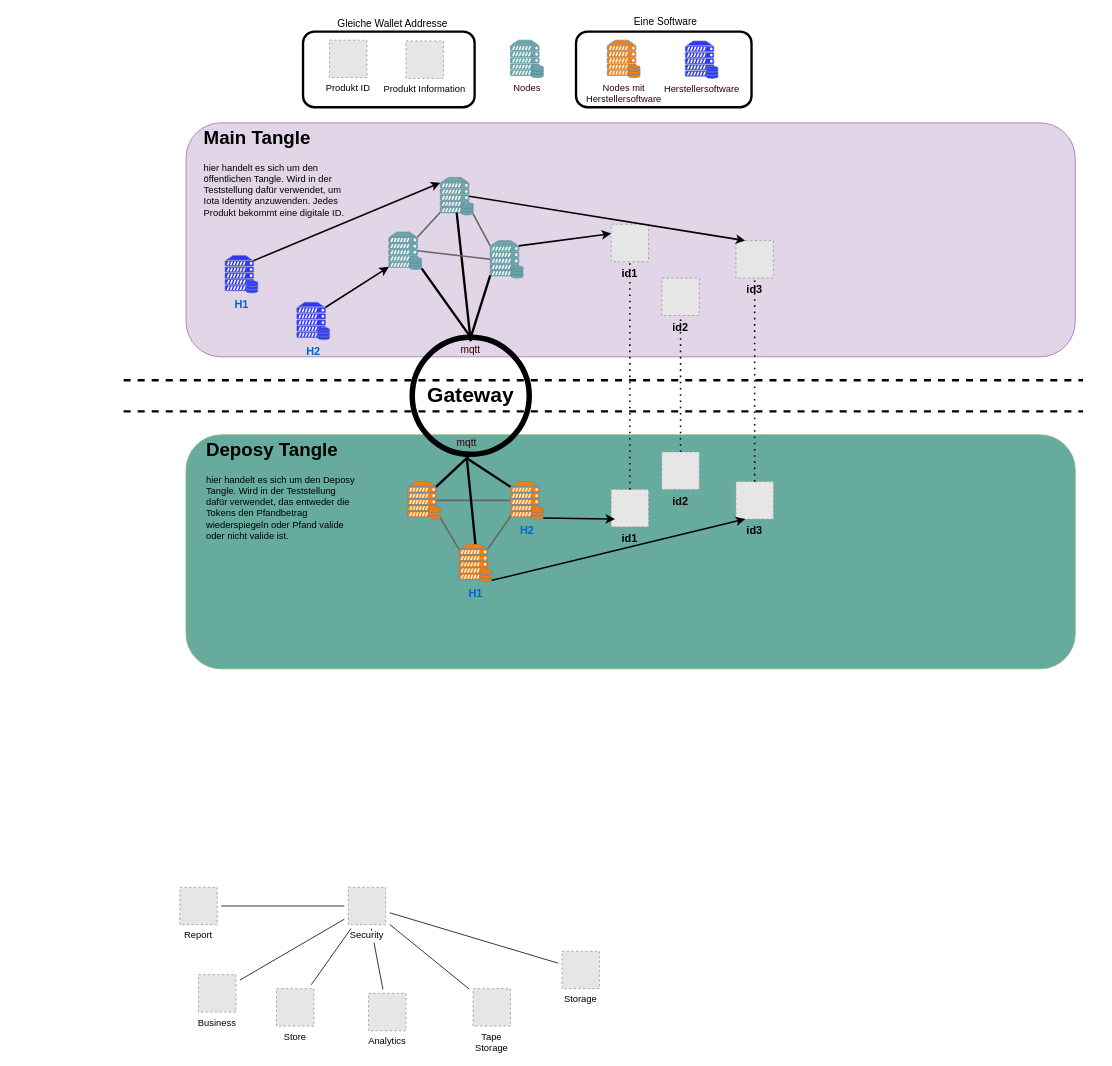
The draw.io diagram Untitled Diagram.drawio in fiNYvo/test, before the edit. Source tidied: cells renumbered, new cells numbered last; positions are measured from the earlier drawing's top-left corner, leaving out a move shared by most shapes. Both pictures are drawn from the tidied source at 78%, with x=0, y=0 at pixel (123, -157). Pictures stored in the file or linked from it are replaced by grey dashed boxes.
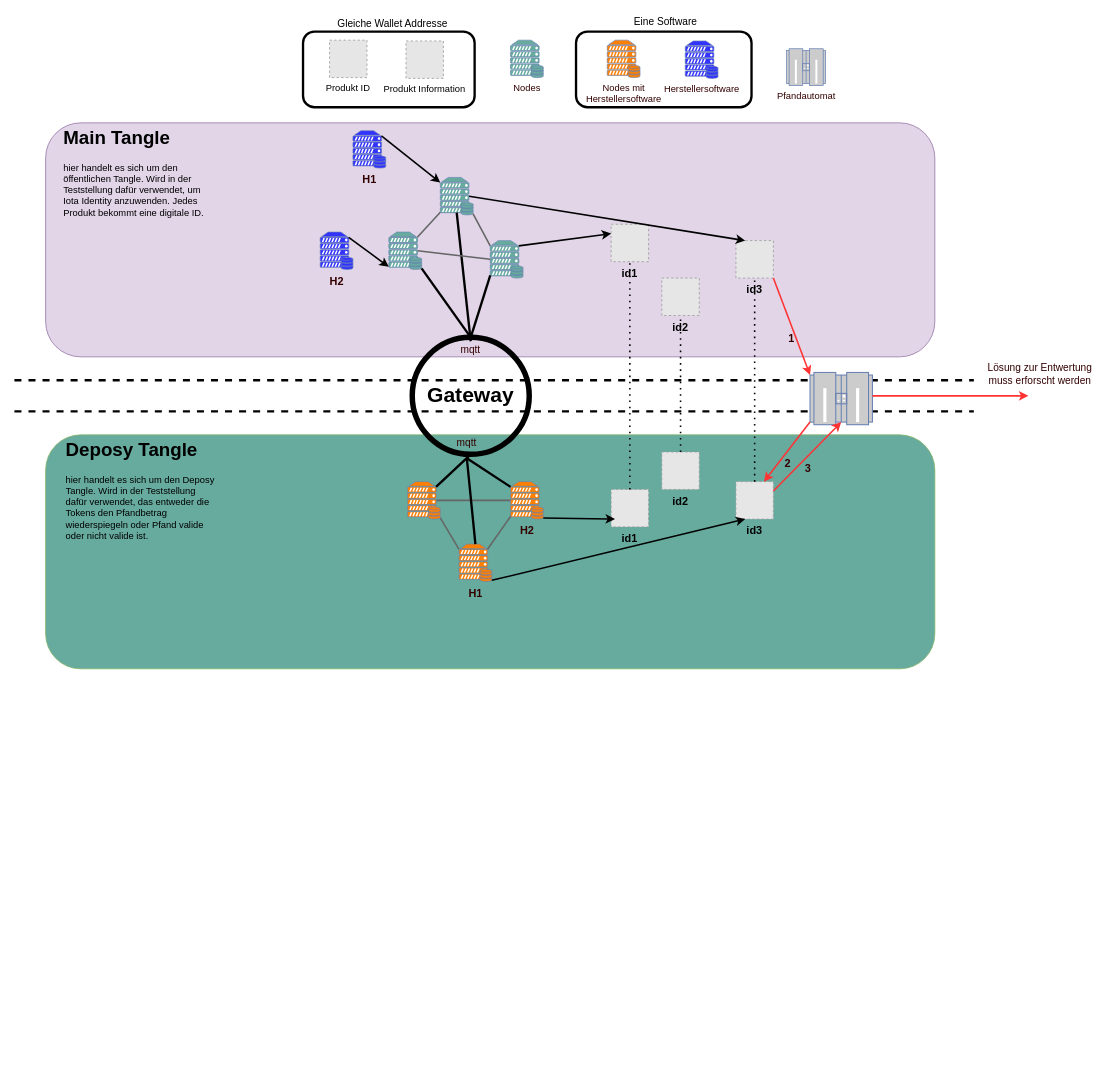
The same page after the edit.

Unchanged cells that the change refers to:
```xml
<mxCell id="33" value="id3" style="fillColor=#E6E6E6;strokeColor=#999999;dashed=1;verticalLabelPosition=bottom;verticalAlign=top;labelBackgroundColor=none;fontSize=14;fontStyle=1;" parent="1" vertex="1">
  <mxGeometry x="785" y="509" width="48" height="48" as="geometry" />
</mxCell>
<mxCell id="43" value="id3" style="fillColor=#E6E6E6;strokeColor=#999999;dashed=1;verticalLabelPosition=bottom;verticalAlign=top;labelBackgroundColor=none;fontSize=14;fontStyle=1;" parent="1" vertex="1">
  <mxGeometry x="785" y="818" width="48" height="48" as="geometry" />
</mxCell>
```

Change to the diagram source:
```diff
@@
+    <mxCell id="79" style="group;" parent="1" vertex="1">
+      <mxGeometry x="-100" y="358" width="1140" height="750" as="geometry" />
+    </mxCell>
-    <mxCell id="2" style="rounded=1;whiteSpace=wrap;html=1;labelBackgroundColor=#CCFF99;strokeColor=#82b366;fillColor=#67AB9F;" parent="1" vertex="1">
-      <mxGeometry x="80" y="758" width="1140" height="300" as="geometry" />
+    <mxCell id="2" style="rounded=1;whiteSpace=wrap;html=1;labelBackgroundColor=#CCFF99;strokeColor=#82b366;fillColor=#67AB9F;" parent="79" vertex="1">
+      <mxGeometry y="400" width="1140" height="300" as="geometry" />
     </mxCell>
+    <mxCell id="28" style="rounded=1;whiteSpace=wrap;html=1;labelBackgroundColor=#CCFF99;strokeColor=#9673a6;fillColor=#e1d5e7;" parent="79" vertex="1">
+      <mxGeometry width="1140" height="300" as="geometry" />
+    </mxCell>
+    <mxCell id="29" value="&lt;h1&gt;Main Tangle&lt;/h1&gt;&lt;div&gt;hier handelt es sich um den öffentlichen Tangle. Wird in der Teststellung dafür verwendet, um Iota Identity anzuwenden. Jedes Produkt bekommt eine digitale ID.&lt;br&gt;&lt;/div&gt;" style="text;html=1;strokeColor=none;fillColor=none;spacing=5;spacingTop=-20;whiteSpace=wrap;overflow=hidden;rounded=0;labelBackgroundColor=none;" parent="79" vertex="1">
+      <mxGeometry x="18" width="202" height="130" as="geometry" />
+    </mxCell>
+    <mxCell id="30" value="&lt;h1&gt;Deposy Tangle&lt;/h1&gt;&lt;div&gt;hier handelt es sich um den Deposy Tangle. Wird in der Teststellung dafür verwendet, das entweder die Tokens den Pfandbetrag wiederspiegeln oder Pfand valide oder nicht valide ist. &lt;br&gt;&lt;br&gt;&lt;/div&gt;" style="text;html=1;strokeColor=none;fillColor=none;spacing=5;spacingTop=-20;whiteSpace=wrap;overflow=hidden;rounded=0;labelBackgroundColor=none;" parent="79" vertex="1">
+      <mxGeometry x="21" y="400" width="202" height="350" as="geometry" />
+    </mxCell>
+    <mxCell id="26" style="endArrow=none;dashed=1;html=1;strokeWidth=3;" parent="79" edge="1">
+      <mxGeometry relative="1" as="geometry">
+        <mxPoint x="-40" y="330" as="sourcePoint" />
+        <mxPoint x="1190" y="330" as="targetPoint" />
+      </mxGeometry>
+    </mxCell>
+    <mxCell id="27" style="endArrow=none;dashed=1;html=1;strokeWidth=3;" parent="79" edge="1">
+      <mxGeometry relative="1" as="geometry">
+        <mxPoint x="-40" y="370" as="sourcePoint" />
+        <mxPoint x="1190" y="370" as="targetPoint" />
+      </mxGeometry>
+    </mxCell>
+    <mxCell id="80" style="fontColor=#0066CC;verticalAlign=top;verticalLabelPosition=bottom;labelPosition=center;align=center;html=1;outlineConnect=0;fillColor=#CCCCCC;strokeColor=#6881B3;gradientColor=none;gradientDirection=north;strokeWidth=2;shape=mxgraph.networks.mainframe;labelBackgroundColor=none;" parent="79" vertex="1">
+      <mxGeometry x="980" y="320" width="80" height="67" as="geometry" />
+    </mxCell>
+    <mxCell id="81" style="endArrow=classic;html=1;labelBackgroundColor=none;strokeColor=#FF3333;strokeWidth=2;fontSize=13;fontColor=#330000;" parent="79" edge="1">
+      <mxGeometry relative="1" as="geometry">
+        <mxPoint x="1060" y="350" as="sourcePoint" />
+        <mxPoint x="1260" y="350" as="targetPoint" />
+      </mxGeometry>
+    </mxCell>
@@
-    <mxCell id="13" style="edgeStyle=none;rounded=0;jettySize=auto;html=1;sourcePerimeterSpacing=5;endArrow=none;endFill=0;targetPerimeterSpacing=5;" parent="1" edge="1" source="25" target="21">
-      <mxGeometry relative="1" as="geometry" />
-    </mxCell>
-    <mxCell id="14" style="edgeStyle=none;rounded=0;jettySize=auto;html=1;sourcePerimeterSpacing=5;endArrow=none;endFill=0;targetPerimeterSpacing=5;" parent="1" edge="1" source="25" target="20">
-      <mxGeometry relative="1" as="geometry" />
-    </mxCell>
-    <mxCell id="15" style="edgeStyle=none;rounded=0;jettySize=auto;html=1;sourcePerimeterSpacing=5;endArrow=none;endFill=0;targetPerimeterSpacing=5;" parent="1" edge="1" source="25" target="24">
-      <mxGeometry relative="1" as="geometry" />
-    </mxCell>
-    <mxCell id="16" style="edgeStyle=none;rounded=0;jettySize=auto;html=1;sourcePerimeterSpacing=5;endArrow=none;endFill=0;targetPerimeterSpacing=5;" parent="1" edge="1" source="25" target="23">
-      <mxGeometry relative="1" as="geometry" />
-    </mxCell>
-    <mxCell id="17" style="edgeStyle=none;rounded=0;jettySize=auto;html=1;sourcePerimeterSpacing=5;endArrow=none;endFill=0;targetPerimeterSpacing=5;" parent="1" edge="1" source="25" target="19">
-      <mxGeometry relative="1" as="geometry" />
-    </mxCell>
-    <mxCell id="18" style="edgeStyle=none;rounded=0;jettySize=auto;html=1;sourcePerimeterSpacing=5;endArrow=none;endFill=0;targetPerimeterSpacing=5;" parent="1" edge="1" source="25" target="22">
-      <mxGeometry relative="1" as="geometry" />
-    </mxCell>
-    <mxCell id="19" value="Tape&#10;Storage" style="fillColor=#E6E6E6;strokeColor=#999999;dashed=1;verticalLabelPosition=bottom;verticalAlign=top;labelBackgroundColor=#ffffff;" parent="1" vertex="1">
-      <mxGeometry x="448" y="1468" width="48" height="48" as="geometry" />
-    </mxCell>
-    <mxCell id="20" value="Business" style="fillColor=#E6E6E6;strokeColor=#999999;dashed=1;verticalLabelPosition=bottom;verticalAlign=top;labelBackgroundColor=#ffffff;" parent="1" vertex="1">
-      <mxGeometry x="96" y="1450" width="48" height="48" as="geometry" />
-    </mxCell>
-    <mxCell id="21" value="Report" style="fillColor=#E6E6E6;strokeColor=#999999;dashed=1;verticalLabelPosition=bottom;verticalAlign=top;labelBackgroundColor=#ffffff;" parent="1" vertex="1">
-      <mxGeometry x="72" y="1338" width="48" height="48" as="geometry" />
-    </mxCell>
-    <mxCell id="22" value="Storage" style="fillColor=#E6E6E6;strokeColor=#999999;dashed=1;verticalLabelPosition=bottom;verticalAlign=top;labelBackgroundColor=#ffffff;" parent="1" vertex="1">
-      <mxGeometry x="562" y="1420" width="48" height="48" as="geometry" />
-    </mxCell>
-    <mxCell id="23" value="Analytics" style="fillColor=#E6E6E6;strokeColor=#999999;dashed=1;verticalLabelPosition=bottom;verticalAlign=top;labelBackgroundColor=#ffffff;" parent="1" vertex="1">
-      <mxGeometry x="314" y="1474" width="48" height="48" as="geometry" />
-    </mxCell>
-    <mxCell id="24" value="Store" style="fillColor=#E6E6E6;strokeColor=#999999;dashed=1;verticalLabelPosition=bottom;verticalAlign=top;labelBackgroundColor=#ffffff;" parent="1" vertex="1">
-      <mxGeometry x="196" y="1468" width="48" height="48" as="geometry" />
-    </mxCell>
-    <mxCell id="25" value="Security" style="fillColor=#E6E6E6;strokeColor=#999999;dashed=1;verticalLabelPosition=bottom;verticalAlign=top;labelBackgroundColor=#ffffff;" parent="1" vertex="1">
-      <mxGeometry x="288" y="1338" width="48" height="48" as="geometry" />
-    </mxCell>
-    <mxCell id="26" style="endArrow=none;dashed=1;html=1;strokeWidth=3;" parent="1" edge="1">
-      <mxGeometry relative="1" as="geometry">
-        <mxPoint y="688" as="sourcePoint" />
-        <mxPoint x="1230" y="688" as="targetPoint" />
-      </mxGeometry>
-    </mxCell>
-    <mxCell id="27" style="endArrow=none;dashed=1;html=1;strokeWidth=3;" parent="1" edge="1">
-      <mxGeometry relative="1" as="geometry">
-        <mxPoint y="728" as="sourcePoint" />
-        <mxPoint x="1230" y="728" as="targetPoint" />
-      </mxGeometry>
-    </mxCell>
-    <mxCell id="28" style="rounded=1;whiteSpace=wrap;html=1;labelBackgroundColor=#CCFF99;strokeColor=#9673a6;fillColor=#e1d5e7;" parent="1" vertex="1">
-      <mxGeometry x="80" y="358" width="1140" height="300" as="geometry" />
-    </mxCell>
-    <mxCell id="29" value="&lt;h1&gt;Main Tangle&lt;/h1&gt;&lt;div&gt;hier handelt es sich um den öffentlichen Tangle. Wird in der Teststellung dafür verwendet, um Iota Identity anzuwenden. Jedes Produkt bekommt eine digitale ID.&lt;br&gt;&lt;/div&gt;" style="text;html=1;strokeColor=none;fillColor=none;spacing=5;spacingTop=-20;whiteSpace=wrap;overflow=hidden;rounded=0;labelBackgroundColor=none;" parent="1" vertex="1">
-      <mxGeometry x="98" y="358" width="202" height="130" as="geometry" />
-    </mxCell>
-    <mxCell id="30" value="&lt;h1&gt;Deposy Tangle&lt;/h1&gt;&lt;div&gt;hier handelt es sich um den Deposy Tangle. Wird in der Teststellung dafür verwendet, das entweder die Tokens den Pfandbetrag wiederspiegeln oder Pfand valide oder nicht valide ist. &lt;br&gt;&lt;br&gt;&lt;/div&gt;" style="text;html=1;strokeColor=none;fillColor=none;spacing=5;spacingTop=-20;whiteSpace=wrap;overflow=hidden;rounded=0;labelBackgroundColor=none;" parent="1" vertex="1">
-      <mxGeometry x="101" y="758" width="202" height="350" as="geometry" />
-    </mxCell>
@@
-    <mxCell id="53" value="H2" style="fontColor=#0066CC;verticalAlign=top;verticalLabelPosition=bottom;labelPosition=center;align=center;html=1;outlineConnect=0;strokeColor=#6881B3;gradientColor=none;gradientDirection=north;strokeWidth=2;shape=mxgraph.networks.server_storage;labelBackgroundColor=none;fillColor=#FF8000;fontStyle=1;fontSize=14;" parent="1" vertex="1">
+    <mxCell id="53" value="H2" style="verticalAlign=top;verticalLabelPosition=bottom;labelPosition=center;align=center;html=1;outlineConnect=0;strokeColor=#6881B3;gradientColor=none;gradientDirection=north;strokeWidth=2;shape=mxgraph.networks.server_storage;labelBackgroundColor=none;fillColor=#FF8000;fontStyle=1;fontSize=14;fontColor=#330000;" parent="1" vertex="1">
       <mxGeometry x="496" y="818" width="42" height="48" as="geometry" />
     </mxCell>
@@
-    <mxCell id="55" value="H1" style="fontColor=#0066CC;verticalAlign=top;verticalLabelPosition=bottom;labelPosition=center;align=center;html=1;outlineConnect=0;strokeColor=#6881B3;gradientColor=none;gradientDirection=north;strokeWidth=2;shape=mxgraph.networks.server_storage;labelBackgroundColor=none;fillColor=#FF8000;fontStyle=1;fontSize=14;" parent="1" vertex="1">
+    <mxCell id="55" value="H1" style="verticalAlign=top;verticalLabelPosition=bottom;labelPosition=center;align=center;html=1;outlineConnect=0;strokeColor=#6881B3;gradientColor=none;gradientDirection=north;strokeWidth=2;shape=mxgraph.networks.server_storage;labelBackgroundColor=none;fillColor=#FF8000;fontStyle=1;fontSize=14;fontColor=#330000;" parent="1" vertex="1">
       <mxGeometry x="430" y="898" width="42" height="48" as="geometry" />
     </mxCell>
@@
-    <mxCell id="72" value="H2" style="fontColor=#0066CC;verticalAlign=top;verticalLabelPosition=bottom;labelPosition=center;align=center;html=1;outlineConnect=0;strokeColor=#6881B3;gradientColor=none;gradientDirection=north;strokeWidth=2;shape=mxgraph.networks.server_storage;labelBackgroundColor=none;fillColor=#3333FF;fontStyle=1;fontSize=14;" parent="1" vertex="1">
-      <mxGeometry x="222" y="588" width="42" height="48" as="geometry" />
+    <mxCell id="72" value="H2" style="verticalAlign=top;verticalLabelPosition=bottom;labelPosition=center;align=center;html=1;outlineConnect=0;strokeColor=#6881B3;gradientColor=none;gradientDirection=north;strokeWidth=2;shape=mxgraph.networks.server_storage;labelBackgroundColor=none;fillColor=#3333FF;fontStyle=1;fontSize=14;fontColor=#330000;" parent="1" vertex="1">
+      <mxGeometry x="252" y="498" width="42" height="48" as="geometry" />
     </mxCell>
-    <mxCell id="73" value="H1" style="fontColor=#0066CC;verticalAlign=top;verticalLabelPosition=bottom;labelPosition=center;align=center;html=1;outlineConnect=0;strokeColor=#6881B3;gradientColor=none;gradientDirection=north;strokeWidth=2;shape=mxgraph.networks.server_storage;labelBackgroundColor=none;fillColor=#3333FF;fontStyle=1;fontSize=14;" parent="1" vertex="1">
-      <mxGeometry x="130" y="528" width="42" height="48" as="geometry" />
+    <mxCell id="73" value="H1" style="verticalAlign=top;verticalLabelPosition=bottom;labelPosition=center;align=center;html=1;outlineConnect=0;strokeColor=#6881B3;gradientColor=none;gradientDirection=north;strokeWidth=2;shape=mxgraph.networks.server_storage;labelBackgroundColor=none;fillColor=#3333FF;fontStyle=1;fontSize=14;fontColor=#330000;" parent="1" vertex="1">
+      <mxGeometry x="294" y="368" width="42" height="48" as="geometry" />
     </mxCell>
@@
+    <mxCell id="82" value="Pfandautomat" style="verticalAlign=top;verticalLabelPosition=bottom;labelPosition=center;align=center;html=1;fillColor=#CCCCCC;strokeColor=#6881B3;gradientColor=none;gradientDirection=north;strokeWidth=2;shape=mxgraph.networks.mainframe;labelBackgroundColor=none;fontColor=#330000;" parent="1" vertex="1">
+      <mxGeometry x="850" y="263" width="50" height="47" as="geometry" />
+    </mxCell>
+    <mxCell id="83" value="1" style="endArrow=classic;html=1;strokeWidth=2;fontSize=14;fontColor=#330000;exitX=1;exitY=1;exitDx=0;exitDy=0;entryX=0;entryY=0.05;entryDx=0;entryDy=0;entryPerimeter=0;strokeColor=#FF3333;verticalAlign=top;labelBackgroundColor=none;fontStyle=1;" parent="1" edge="1" source="33" target="80">
+      <mxGeometry relative="1" as="geometry" />
+    </mxCell>
+    <mxCell id="84" value="2" style="endArrow=classic;html=1;strokeWidth=2;fontSize=14;fontColor=#330000;exitX=0;exitY=0.95;exitDx=0;exitDy=0;entryX=0.75;entryY=0;entryDx=0;entryDy=0;strokeColor=#FF3333;verticalAlign=top;labelBackgroundColor=none;fontStyle=1;exitPerimeter=0;" parent="1" edge="1" source="80" target="43">
+      <mxGeometry relative="1" as="geometry" />
+    </mxCell>
+    <mxCell id="85" value="3" style="endArrow=classic;html=1;strokeWidth=2;fontSize=14;fontColor=#330000;entryX=0.5;entryY=0.95;entryDx=0;entryDy=0;strokeColor=#FF3333;verticalAlign=top;labelBackgroundColor=none;fontStyle=1;entryPerimeter=0;exitX=1;exitY=0.25;exitDx=0;exitDy=0;" parent="1" edge="1" source="43" target="80">
+      <mxGeometry relative="1" as="geometry" />
+    </mxCell>
+    <mxCell id="86" value="Lösung zur Entwertung&lt;br&gt;muss erforscht werden" style="text;html=1;strokeColor=none;fillColor=none;align=center;verticalAlign=middle;whiteSpace=wrap;rounded=0;labelBackgroundColor=none;fontSize=13;fontColor=#330000;" parent="1" vertex="1">
+      <mxGeometry x="1100" y="658" width="150" height="44" as="geometry" />
+    </mxCell>
```
